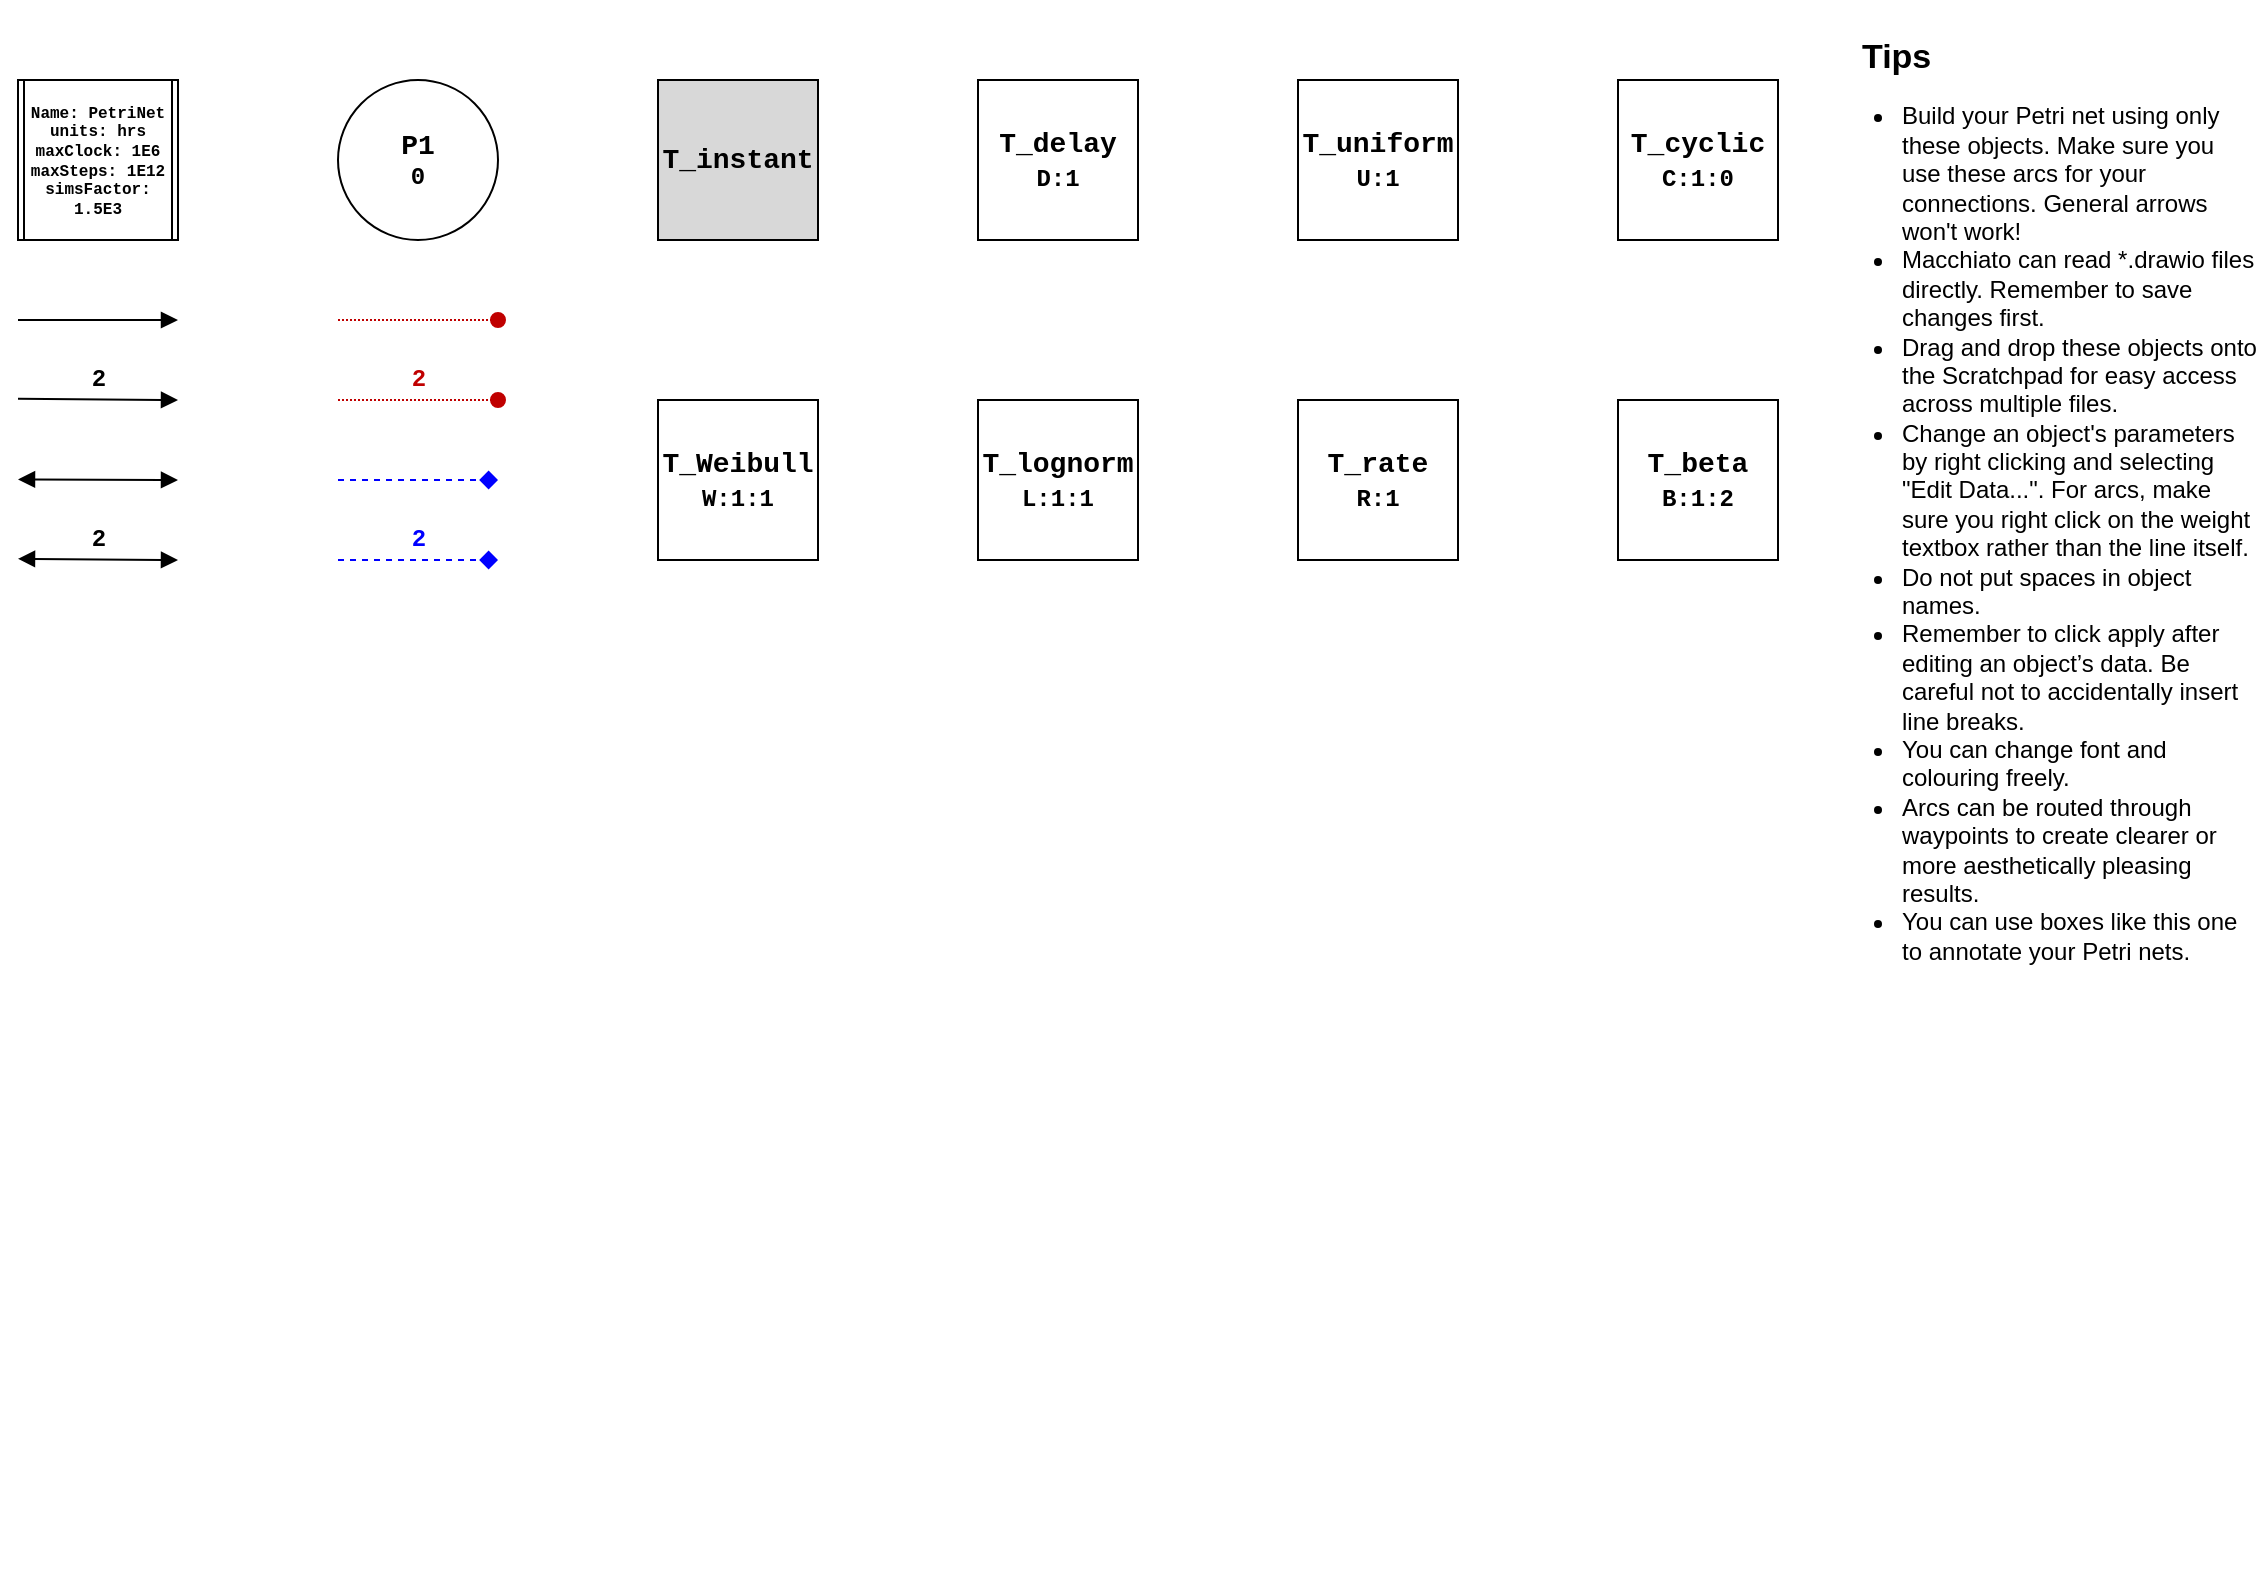
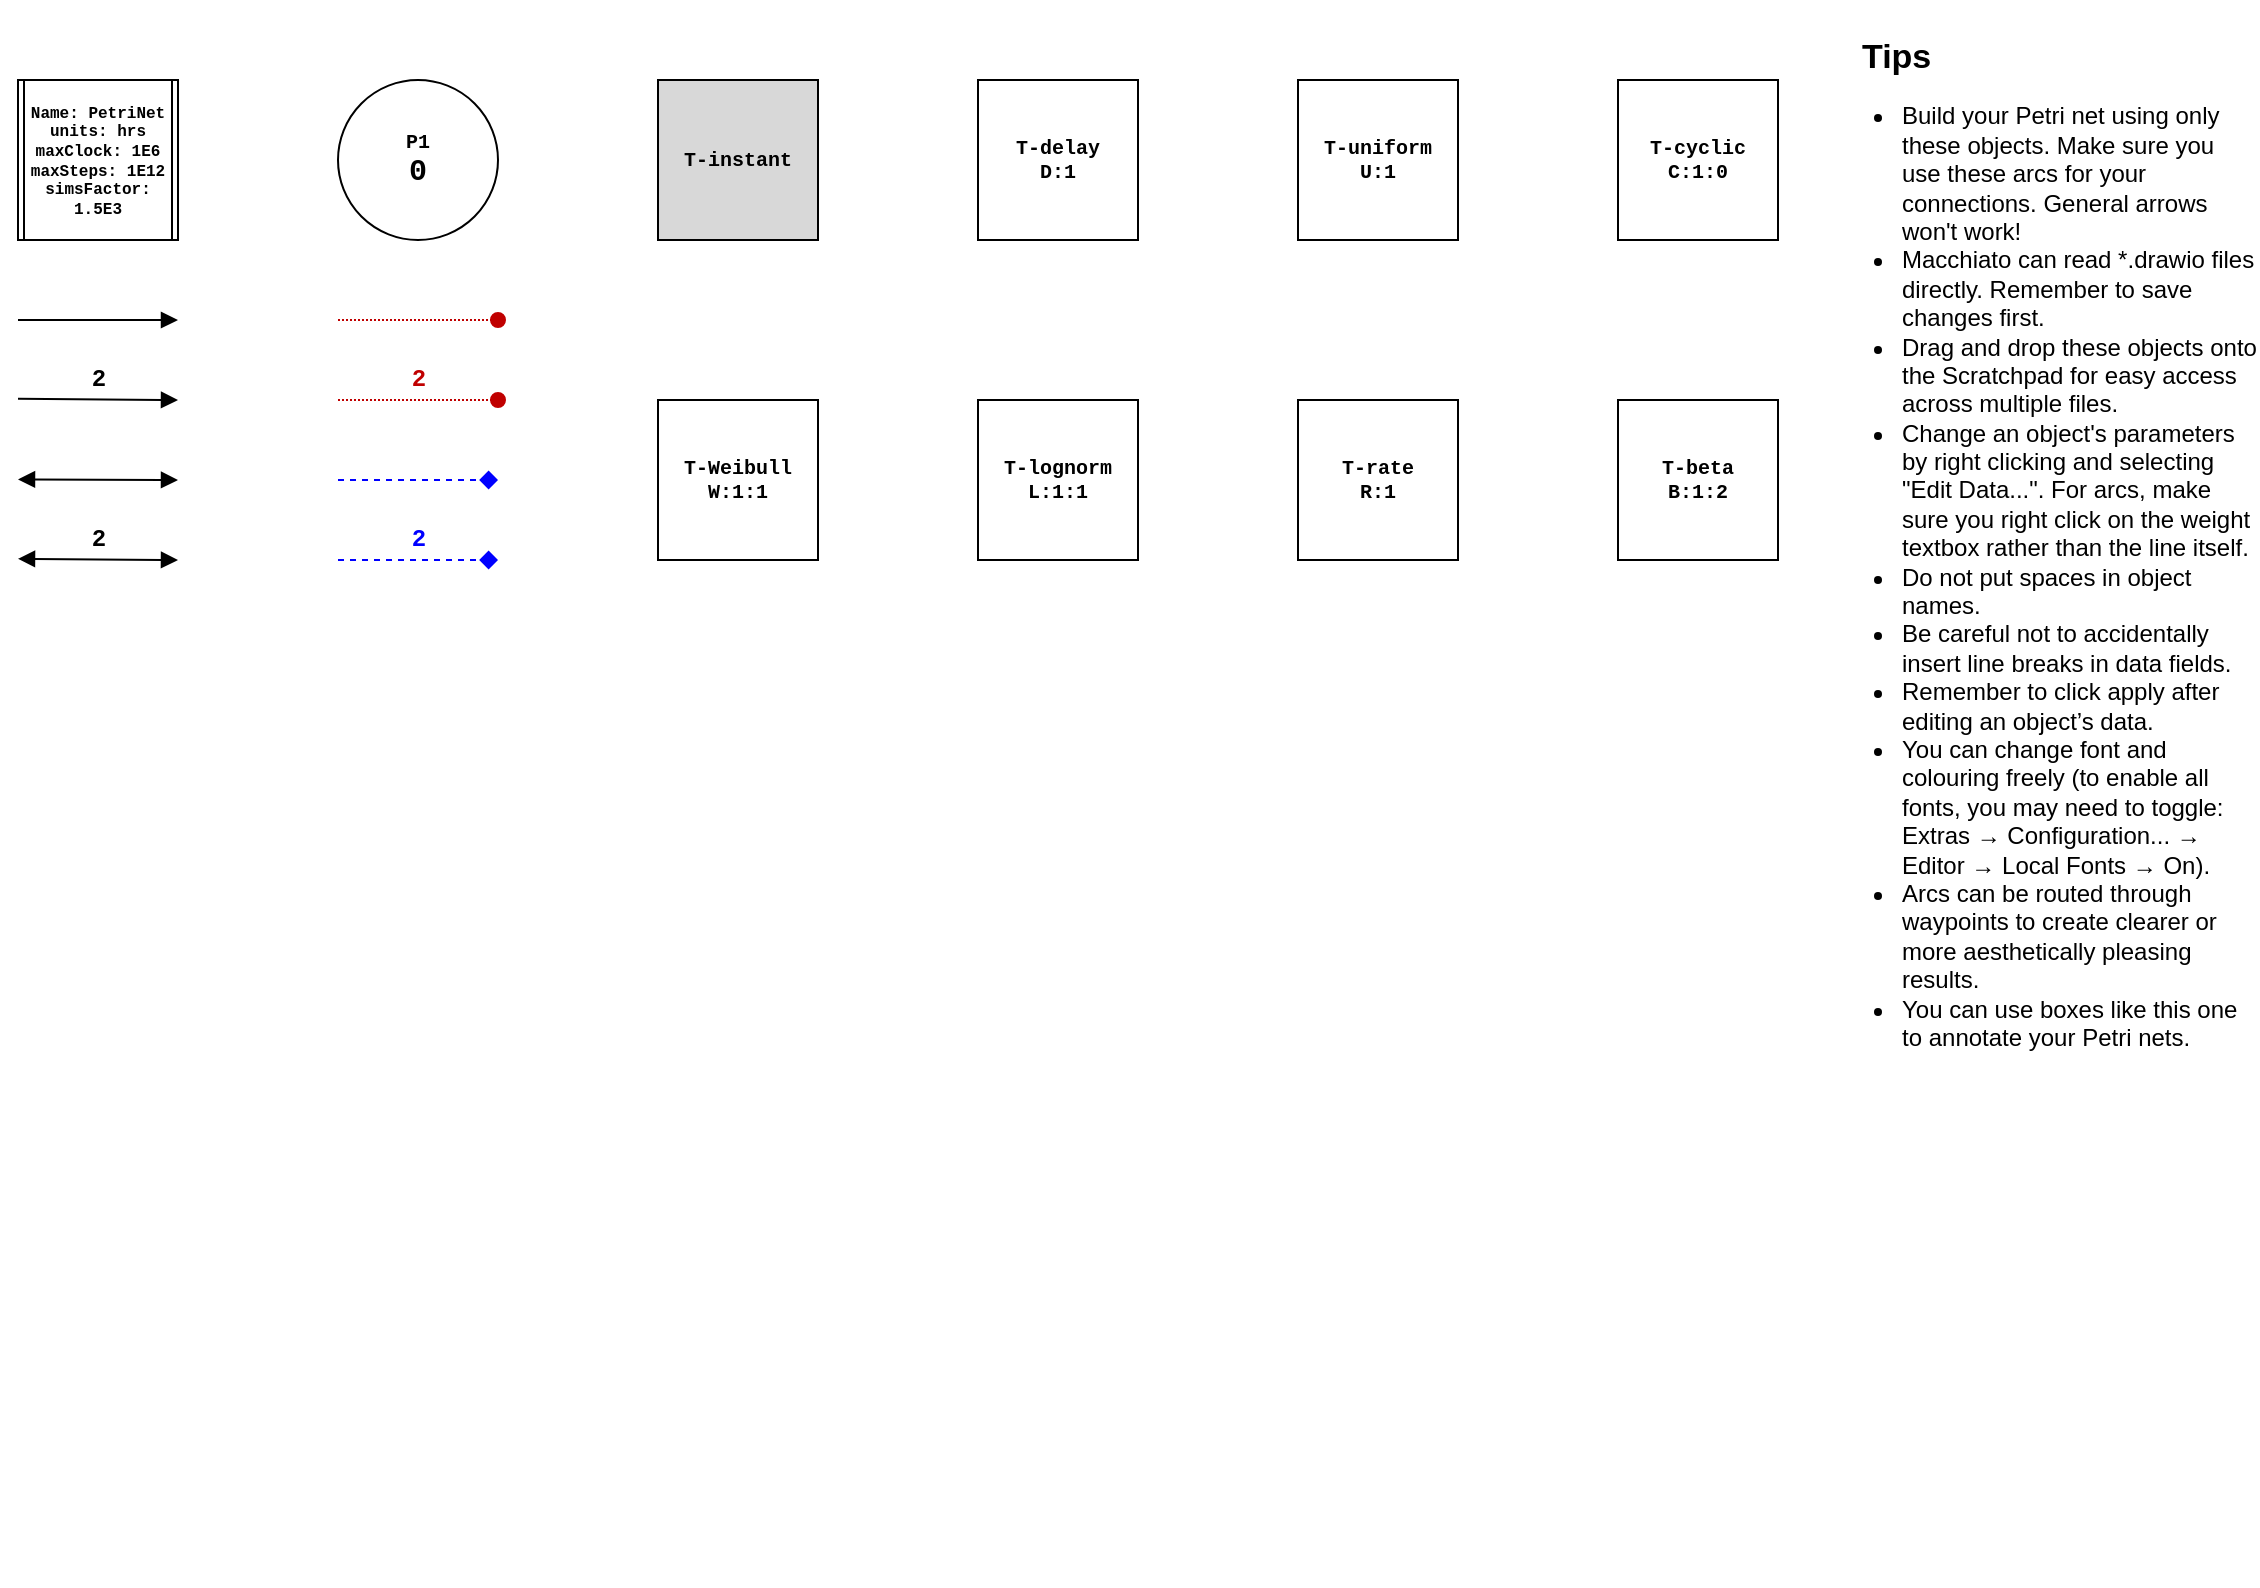
- <mxfile host="Electron" agent="Mozilla/5.0 (X11; Linux x86_64) AppleWebKit/537.36 (KHTML, like Gecko) draw.io/29.6.6 Chrome/144.0.7559.236 Electron/40.8.4 Safari/537.36" version="29.6.6">
+ <mxfile host="Electron" agent="Mozilla/5.0 (X11; Linux x86_64) AppleWebKit/537.36 (KHTML, like Gecko) draw.io/29.6.6 Chrome/144.0.7559.236 Electron/40.8.4 Safari/537.36">
  <diagram name="Page-1" id="w09R0wPlkSaECLNgurl3">
-     <mxGraphModel dx="1426" dy="854" grid="1" gridSize="10" guides="1" tooltips="1" connect="1" arrows="1" fold="1" page="1" pageScale="1" pageWidth="1169" pageHeight="827" math="0" shadow="0">
+     <mxGraphModel dx="2054" dy="1204" grid="1" gridSize="10" guides="1" tooltips="1" connect="1" arrows="1" fold="1" page="1" pageScale="1" pageWidth="1169" pageHeight="827" math="0" shadow="0">
      <root>
        <mxCell id="0" />
        <mxCell id="1" parent="0" />
-         <object label="&lt;span style=&quot;background-color: light-dark(#ffffff, var(--ge-dark-color, #121212));&quot;&gt;&lt;font style=&quot;font-size: 14px;&quot;&gt;%name%&lt;/font&gt;&lt;/span&gt;&lt;div&gt;%tokens%&lt;/div&gt;" placeholders="1" type="place" name="P1" tokens="0" min="None" max="None" limits="None" id="AhunuUh0luzD3hoNHjrG-19">
-           <mxCell parent="1" style="ellipse;whiteSpace=wrap;html=1;aspect=fixed;fontFamily=Courier New;fontStyle=1" vertex="1">
+         <object label="&lt;span style=&quot;background-color: light-dark(#ffffff, var(--ge-dark-color, #121212));&quot;&gt;&lt;font&gt;%name%&lt;/font&gt;&lt;/span&gt;&lt;div&gt;&lt;font style=&quot;font-size: 15px;&quot;&gt;%tokens%&lt;/font&gt;&lt;/div&gt;" placeholders="1" type="place" name="P1" tokens="0" min="None" max="None" limits="None" id="AhunuUh0luzD3hoNHjrG-19">
+           <mxCell parent="1" style="ellipse;whiteSpace=wrap;html=1;aspect=fixed;fontFamily=Courier New;fontStyle=1;fontSize=10;" vertex="1">
            <mxGeometry height="80" width="80" x="200" y="40" as="geometry" />
          </mxCell>
        </object>
-         <object label="%name%" placeholders="1" type="transition" name="T_instant" maxFire="" reset="" vote="" id="AhunuUh0luzD3hoNHjrG-21">
-           <mxCell parent="1" style="whiteSpace=wrap;html=1;aspect=fixed;fontFamily=Courier New;fontStyle=1;fontSize=14;fillColor=#D8D8D8;" vertex="1">
+         <object label="%name%" placeholders="1" type="transition" name="T-instant" maxFire="" reset="" vote="" id="AhunuUh0luzD3hoNHjrG-21">
+           <mxCell parent="1" style="whiteSpace=wrap;html=1;aspect=fixed;fontFamily=Courier New;fontStyle=1;fontSize=10;fillColor=#D8D8D8;" vertex="1">
            <mxGeometry height="80" width="80" x="360" y="40" as="geometry" />
          </mxCell>
        </object>
-         <object label="%name%&lt;div&gt;&lt;font style=&quot;font-size: 12px;&quot;&gt;W:%weibull%&lt;/font&gt;&lt;/div&gt;" placeholders="1" type="transition" name="T_Weibull" maxFire="" reset="" weibull="1:1" vote="" id="AhunuUh0luzD3hoNHjrG-23">
-           <mxCell parent="1" style="whiteSpace=wrap;html=1;aspect=fixed;fontFamily=Courier New;fontStyle=1;fontSize=14;" vertex="1">
+         <object label="%name%&lt;div&gt;&lt;font&gt;W:%weibull%&lt;/font&gt;&lt;/div&gt;" placeholders="1" type="transition" name="T-Weibull" maxFire="" reset="" weibull="1:1" vote="" id="AhunuUh0luzD3hoNHjrG-23">
+           <mxCell parent="1" style="whiteSpace=wrap;html=1;aspect=fixed;fontFamily=Courier New;fontStyle=1;fontSize=10;" vertex="1">
            <mxGeometry height="80" width="80" x="360" y="200" as="geometry" />
          </mxCell>
        </object>
-         <object label="%name%&lt;div&gt;&lt;font style=&quot;font-size: 12px;&quot;&gt;L:%lognorm%&lt;/font&gt;&lt;/div&gt;" placeholders="1" type="transition" name="T_lognorm" maxFire="" reset="" lognorm="1:1" vote="" id="AhunuUh0luzD3hoNHjrG-24">
-           <mxCell parent="1" style="whiteSpace=wrap;html=1;aspect=fixed;fontFamily=Courier New;fontStyle=1;fontSize=14;" vertex="1">
+         <object label="%name%&lt;div&gt;&lt;font&gt;L:%lognorm%&lt;/font&gt;&lt;/div&gt;" placeholders="1" type="transition" name="T-lognorm" maxFire="" reset="" lognorm="1:1" vote="" id="AhunuUh0luzD3hoNHjrG-24">
+           <mxCell parent="1" style="whiteSpace=wrap;html=1;aspect=fixed;fontFamily=Courier New;fontStyle=1;fontSize=10;" vertex="1">
            <mxGeometry height="80" width="80" x="520" y="200" as="geometry" />
          </mxCell>
        </object>
-         <object label="%name%&lt;div&gt;&lt;font style=&quot;font-size: 12px;&quot;&gt;U:%uniform%&lt;/font&gt;&lt;/div&gt;" placeholders="1" type="transition" name="T_uniform" maxFire="" reset="" uniform="1" vote="" id="AhunuUh0luzD3hoNHjrG-25">
-           <mxCell parent="1" style="whiteSpace=wrap;html=1;aspect=fixed;fontFamily=Courier New;fontStyle=1;fontSize=14;" vertex="1">
+         <object label="%name%&lt;div&gt;&lt;font&gt;U:%uniform%&lt;/font&gt;&lt;/div&gt;" placeholders="1" type="transition" name="T-uniform" maxFire="" reset="" uniform="1" vote="" id="AhunuUh0luzD3hoNHjrG-25">
+           <mxCell parent="1" style="whiteSpace=wrap;html=1;aspect=fixed;fontFamily=Courier New;fontStyle=1;fontSize=10;" vertex="1">
            <mxGeometry height="80" width="80" x="680" y="40" as="geometry" />
          </mxCell>
        </object>
-         <object label="%name%&lt;div&gt;&lt;font style=&quot;font-size: 12px;&quot;&gt;D:%delay%&lt;/font&gt;&lt;/div&gt;" placeholders="1" type="transition" name="T_delay" maxFire="" reset="" delay="1" vote="" id="AhunuUh0luzD3hoNHjrG-26">
-           <mxCell parent="1" style="whiteSpace=wrap;html=1;aspect=fixed;fontFamily=Courier New;fontStyle=1;fontSize=14;" vertex="1">
+         <object label="%name%&lt;div&gt;&lt;font&gt;D:%delay%&lt;/font&gt;&lt;/div&gt;" placeholders="1" type="transition" name="T-delay" maxFire="" reset="" delay="1" vote="" id="AhunuUh0luzD3hoNHjrG-26">
+           <mxCell parent="1" style="whiteSpace=wrap;html=1;aspect=fixed;fontFamily=Courier New;fontStyle=1;fontSize=10;" vertex="1">
            <mxGeometry height="80" width="80" x="520" y="40" as="geometry" />
          </mxCell>
        </object>
-         <object label="%name%&lt;div&gt;&lt;font style=&quot;font-size: 12px;&quot;&gt;R:%rate%&lt;/font&gt;&lt;/div&gt;" placeholders="1" type="transition" name="T_rate" maxFire="" reset="" rate="1" vote="" id="AhunuUh0luzD3hoNHjrG-27">
-           <mxCell parent="1" style="whiteSpace=wrap;html=1;aspect=fixed;fontFamily=Courier New;fontStyle=1;fontSize=14;" vertex="1">
+         <object label="%name%&lt;div&gt;&lt;font&gt;R:%rate%&lt;/font&gt;&lt;/div&gt;" placeholders="1" type="transition" name="T-rate" maxFire="" reset="" rate="1" vote="" id="AhunuUh0luzD3hoNHjrG-27">
+           <mxCell parent="1" style="whiteSpace=wrap;html=1;aspect=fixed;fontFamily=Courier New;fontStyle=1;fontSize=10;" vertex="1">
            <mxGeometry height="80" width="80" x="680" y="200" as="geometry" />
          </mxCell>
        </object>
-         <object label="%name%&lt;div&gt;&lt;font style=&quot;font-size: 12px;&quot;&gt;B:%beta%&lt;/font&gt;&lt;/div&gt;" placeholders="1" type="transition" name="T_beta" maxFire="" reset="" beta="1:2" vote="" id="AhunuUh0luzD3hoNHjrG-28">
-           <mxCell parent="1" style="whiteSpace=wrap;html=1;aspect=fixed;fontFamily=Courier New;fontStyle=1;fontSize=14;" vertex="1">
+         <object label="%name%&lt;div&gt;&lt;font&gt;B:%beta%&lt;/font&gt;&lt;/div&gt;" placeholders="1" type="transition" name="T-beta" maxFire="" reset="" beta="1:2" vote="" id="AhunuUh0luzD3hoNHjrG-28">
+           <mxCell parent="1" style="whiteSpace=wrap;html=1;aspect=fixed;fontFamily=Courier New;fontStyle=1;fontSize=10;" vertex="1">
            <mxGeometry height="80" width="80" x="840" y="200" as="geometry" />
          </mxCell>
        </object>
-         <object label="%name%&lt;div&gt;&lt;font style=&quot;font-size: 12px;&quot;&gt;C:%cyclic%&lt;/font&gt;&lt;/div&gt;" placeholders="1" type="transition" name="T_cyclic" maxFire="" reset="" cyclic="1:0" vote="" id="AhunuUh0luzD3hoNHjrG-29">
-           <mxCell parent="1" style="whiteSpace=wrap;html=1;aspect=fixed;fontFamily=Courier New;fontStyle=1;fontSize=14;" vertex="1">
+         <object label="%name%&lt;div&gt;&lt;font&gt;C:%cyclic%&lt;/font&gt;&lt;/div&gt;" placeholders="1" type="transition" name="T-cyclic" maxFire="" reset="" cyclic="1:0" vote="" id="AhunuUh0luzD3hoNHjrG-29">
+           <mxCell parent="1" style="whiteSpace=wrap;html=1;aspect=fixed;fontFamily=Courier New;fontStyle=1;fontSize=10;" vertex="1">
            <mxGeometry height="80" width="80" x="840" y="40" as="geometry" />
          </mxCell>
        </object>
        <object label="" placeholders="1" type="std" id="AhunuUh0luzD3hoNHjrG-30">
-           <mxCell edge="1" parent="1" style="endArrow=block;html=1;rounded=0;fontFamily=Courier New;fontStyle=1;fontSize=12;endFill=1;">
+           <mxCell edge="1" parent="1" style="endArrow=block;html=1;rounded=0;fontFamily=Courier New;fontStyle=1;fontSize=12;endFill=1;jumpStyle=arc;jumpSize=10;">
            <mxGeometry relative="1" as="geometry">
              <mxPoint x="40" y="199.43" as="sourcePoint" />
              <mxPoint x="120" y="200" as="targetPoint" />
            </mxGeometry>
          </mxCell>
        </object>
        <object label="%weight%" placeholders="1" weight="2" id="AhunuUh0luzD3hoNHjrG-31">
          <mxCell connectable="0" parent="AhunuUh0luzD3hoNHjrG-30" style="edgeLabel;resizable=0;html=1;;align=center;verticalAlign=middle;labelBackgroundColor=none;fontFamily=Courier New;fontStyle=1;fontSize=12;" vertex="1">
            <mxGeometry relative="1" as="geometry">
              <mxPoint y="-10" as="offset" />
            </mxGeometry>
          </mxCell>
        </object>
        <object label="" placeholders="1" type="tst" id="AhunuUh0luzD3hoNHjrG-36">
-           <mxCell edge="1" parent="1" style="endArrow=block;html=1;rounded=0;fontFamily=Courier New;fontStyle=1;fontSize=12;endFill=1;startArrow=block;startFill=1;">
+           <mxCell edge="1" parent="1" style="endArrow=block;html=1;rounded=0;fontFamily=Courier New;fontStyle=1;fontSize=12;endFill=1;startArrow=block;startFill=1;jumpStyle=arc;jumpSize=10;">
            <mxGeometry relative="1" as="geometry">
              <mxPoint x="40" y="239.71" as="sourcePoint" />
              <mxPoint x="120" y="240" as="targetPoint" />
            </mxGeometry>
          </mxCell>
        </object>
        <object label="%weight%" placeholders="1" weight="" id="AhunuUh0luzD3hoNHjrG-37">
          <mxCell connectable="0" parent="AhunuUh0luzD3hoNHjrG-36" style="edgeLabel;resizable=0;html=1;;align=center;verticalAlign=middle;labelBackgroundColor=none;fontFamily=Courier New;fontStyle=1;fontSize=12;" vertex="1">
            <mxGeometry relative="1" as="geometry">
              <mxPoint y="-10" as="offset" />
            </mxGeometry>
          </mxCell>
        </object>
        <object label="" placeholders="1" type="std" id="AhunuUh0luzD3hoNHjrG-38">
-           <mxCell edge="1" parent="1" style="endArrow=block;html=1;rounded=0;fontFamily=Courier New;fontStyle=1;fontSize=12;endFill=1;">
+           <mxCell edge="1" parent="1" style="endArrow=block;html=1;rounded=0;fontFamily=Courier New;fontStyle=1;fontSize=12;endFill=1;jumpStyle=arc;jumpSize=10;">
            <mxGeometry relative="1" as="geometry">
              <mxPoint x="40" y="160" as="sourcePoint" />
              <mxPoint x="120" y="160" as="targetPoint" />
            </mxGeometry>
          </mxCell>
        </object>
        <object label="%weight%" placeholders="1" weight="" id="AhunuUh0luzD3hoNHjrG-39">
          <mxCell connectable="0" parent="AhunuUh0luzD3hoNHjrG-38" style="edgeLabel;resizable=0;html=1;;align=center;verticalAlign=middle;labelBackgroundColor=none;fontFamily=Courier New;fontStyle=1;fontSize=12;" vertex="1">
            <mxGeometry relative="1" as="geometry">
              <mxPoint y="-10" as="offset" />
            </mxGeometry>
          </mxCell>
        </object>
        <object label="" placeholders="1" type="tst" id="AhunuUh0luzD3hoNHjrG-40">
-           <mxCell edge="1" parent="1" style="endArrow=block;html=1;rounded=0;fontFamily=Courier New;fontStyle=1;fontSize=12;endFill=1;startArrow=block;startFill=1;">
+           <mxCell edge="1" parent="1" style="endArrow=block;html=1;rounded=0;fontFamily=Courier New;fontStyle=1;fontSize=12;endFill=1;startArrow=block;startFill=1;jumpStyle=arc;jumpSize=10;">
            <mxGeometry relative="1" as="geometry">
              <mxPoint x="40" y="279.43" as="sourcePoint" />
              <mxPoint x="120" y="280" as="targetPoint" />
            </mxGeometry>
          </mxCell>
        </object>
        <object label="%weight%" placeholders="1" weight="2" id="AhunuUh0luzD3hoNHjrG-41">
          <mxCell connectable="0" parent="AhunuUh0luzD3hoNHjrG-40" style="edgeLabel;resizable=0;html=1;;align=center;verticalAlign=middle;labelBackgroundColor=none;fontFamily=Courier New;fontStyle=1;fontSize=12;" vertex="1">
            <mxGeometry relative="1" as="geometry">
              <mxPoint y="-10" as="offset" />
            </mxGeometry>
          </mxCell>
        </object>
        <object label="" placeholders="1" type="inh" id="AhunuUh0luzD3hoNHjrG-44">
-           <mxCell edge="1" parent="1" style="endArrow=oval;html=1;rounded=0;fontFamily=Courier New;fontStyle=1;fontSize=12;endFill=1;strokeColor=#C00000;fontColor=#C00000;endSize=7;dashed=1;dashPattern=1 1;">
+           <mxCell edge="1" parent="1" style="endArrow=oval;html=1;rounded=0;fontFamily=Courier New;fontStyle=1;fontSize=12;endFill=1;strokeColor=#C00000;fontColor=#C00000;endSize=7;dashed=1;dashPattern=1 1;jumpStyle=arc;jumpSize=10;">
            <mxGeometry relative="1" as="geometry">
              <mxPoint x="200" y="200" as="sourcePoint" />
              <mxPoint x="280" y="200" as="targetPoint" />
            </mxGeometry>
          </mxCell>
        </object>
        <object label="%weight%" placeholders="1" weight="2" id="AhunuUh0luzD3hoNHjrG-45">
          <mxCell connectable="0" parent="AhunuUh0luzD3hoNHjrG-44" style="edgeLabel;resizable=0;html=1;;align=center;verticalAlign=middle;labelBackgroundColor=none;fontFamily=Courier New;fontStyle=1;fontSize=12;fontColor=#C00000;" vertex="1">
            <mxGeometry relative="1" as="geometry">
              <mxPoint y="-10" as="offset" />
            </mxGeometry>
          </mxCell>
        </object>
        <object label="" placeholders="1" type="inh" id="AhunuUh0luzD3hoNHjrG-46">
-           <mxCell edge="1" parent="1" style="endArrow=oval;html=1;rounded=0;fontFamily=Courier New;fontStyle=1;fontSize=12;endFill=1;strokeColor=#C00000;fontColor=#C00000;endSize=7;dashed=1;dashPattern=1 1;">
+           <mxCell edge="1" parent="1" style="endArrow=oval;html=1;rounded=0;fontFamily=Courier New;fontStyle=1;fontSize=12;endFill=1;strokeColor=#C00000;fontColor=#C00000;endSize=7;dashed=1;dashPattern=1 1;jumpStyle=arc;jumpSize=10;">
            <mxGeometry relative="1" as="geometry">
              <mxPoint x="200" y="160" as="sourcePoint" />
              <mxPoint x="280" y="160" as="targetPoint" />
            </mxGeometry>
          </mxCell>
        </object>
        <object label="%weight%" placeholders="1" weight="" id="AhunuUh0luzD3hoNHjrG-47">
          <mxCell connectable="0" parent="AhunuUh0luzD3hoNHjrG-46" style="edgeLabel;resizable=0;html=1;;align=center;verticalAlign=middle;labelBackgroundColor=none;fontFamily=Courier New;fontStyle=1;fontSize=12;fontColor=#C00000;" vertex="1">
            <mxGeometry relative="1" as="geometry">
              <mxPoint y="-10" as="offset" />
            </mxGeometry>
          </mxCell>
        </object>
        <object label="" placeholders="1" type="pcn" id="AhunuUh0luzD3hoNHjrG-48">
-           <mxCell edge="1" parent="1" style="endArrow=diamond;html=1;rounded=0;fontFamily=Courier New;fontStyle=1;fontSize=12;endFill=1;strokeColor=#0000FF;fontColor=#C00000;endSize=7;dashed=1;">
+           <mxCell edge="1" parent="1" style="endArrow=diamond;html=1;rounded=0;fontFamily=Courier New;fontStyle=1;fontSize=12;endFill=1;strokeColor=#0000FF;fontColor=#C00000;endSize=7;dashed=1;jumpStyle=arc;jumpSize=10;">
            <mxGeometry relative="1" as="geometry">
              <mxPoint x="200" y="280" as="sourcePoint" />
              <mxPoint x="280" y="280" as="targetPoint" />
            </mxGeometry>
          </mxCell>
        </object>
        <object label="%weight%" placeholders="1" weight="2" id="AhunuUh0luzD3hoNHjrG-49">
          <mxCell connectable="0" parent="AhunuUh0luzD3hoNHjrG-48" style="edgeLabel;resizable=0;html=1;;align=center;verticalAlign=middle;labelBackgroundColor=none;fontFamily=Courier New;fontStyle=1;fontSize=12;fontColor=#0000FF;" vertex="1">
            <mxGeometry relative="1" as="geometry">
              <mxPoint y="-10" as="offset" />
            </mxGeometry>
          </mxCell>
        </object>
        <object label="" placeholders="1" type="pcn" id="AhunuUh0luzD3hoNHjrG-52">
-           <mxCell edge="1" parent="1" style="endArrow=diamond;html=1;rounded=0;fontFamily=Courier New;fontStyle=1;fontSize=12;endFill=1;strokeColor=#0000FF;fontColor=#C00000;endSize=7;dashed=1;targetPerimeterSpacing=0;strokeWidth=1;">
+           <mxCell edge="1" parent="1" style="endArrow=diamond;html=1;rounded=0;fontFamily=Courier New;fontStyle=1;fontSize=12;endFill=1;strokeColor=#0000FF;fontColor=#C00000;endSize=7;dashed=1;targetPerimeterSpacing=0;strokeWidth=1;jumpStyle=arc;jumpSize=10;">
            <mxGeometry relative="1" as="geometry">
              <mxPoint x="200" y="240" as="sourcePoint" />
              <mxPoint x="280" y="240" as="targetPoint" />
            </mxGeometry>
          </mxCell>
        </object>
        <object label="%weight%" placeholders="1" weight="" id="AhunuUh0luzD3hoNHjrG-53">
          <mxCell connectable="0" parent="AhunuUh0luzD3hoNHjrG-52" style="edgeLabel;resizable=0;html=1;;align=center;verticalAlign=middle;labelBackgroundColor=none;fontFamily=Courier New;fontStyle=1;fontSize=12;fontColor=#0000FF;" vertex="1">
            <mxGeometry relative="1" as="geometry">
              <mxPoint y="-10" as="offset" />
            </mxGeometry>
          </mxCell>
        </object>
        <object label="&lt;font&gt;&lt;b style=&quot;&quot;&gt;Name: %name%&lt;/b&gt;&lt;/font&gt;&lt;div&gt;&lt;b style=&quot;background-color: transparent; color: light-dark(rgb(0, 0, 0), rgb(255, 255, 255));&quot;&gt;units: %units%&lt;/b&gt;&lt;/div&gt;&lt;div&gt;&lt;b style=&quot;background-color: transparent; color: light-dark(rgb(0, 0, 0), rgb(255, 255, 255));&quot;&gt;maxClock: %maxClock%&lt;/b&gt;&lt;/div&gt;&lt;div&gt;&lt;b style=&quot;color: light-dark(rgb(0, 0, 0), rgb(255, 255, 255)); background-color: transparent;&quot;&gt;maxSteps: %maxSteps%&lt;/b&gt;&lt;/div&gt;&lt;div&gt;&lt;b style=&quot;color: light-dark(rgb(0, 0, 0), rgb(255, 255, 255)); background-color: transparent;&quot;&gt;simsFactor: %simsFactor%&lt;/b&gt;&lt;/div&gt;" type="properties" name="PetriNet" units="hrs" maxClock="1E6" maxSteps="1E12" simsFactor="1.5E3" placeholders="1" id="AhunuUh0luzD3hoNHjrG-54">
          <mxCell parent="1" style="shape=process;html=1;backgroundOutline=1;fontFamily=Courier New;autosizeText=1;fontSize=8;whiteSpace=wrap;size=0.03810492621527759;" vertex="1">
            <mxGeometry height="80" width="80" x="40" y="40" as="geometry" />
          </mxCell>
        </object>
-         <mxCell id="AhunuUh0luzD3hoNHjrG-55" parent="1" style="text;html=1;whiteSpace=wrap;overflow=hidden;rounded=0;" value="&lt;p style=&quot;text-align: justify;&quot;&gt;&lt;/p&gt;&lt;div&gt;&lt;b&gt;&lt;font style=&quot;font-size: 17px;&quot;&gt;Tips&lt;/font&gt;&lt;/b&gt;&lt;/div&gt;&lt;ul style=&quot;padding-left: 20px; padding-bottom: 0px;&quot;&gt;&lt;li&gt;Build your Petri net using only these objects. Make sure you use these arcs for your connections. General arrows won&#39;t work!&lt;/li&gt;&lt;li&gt;Macchiato can read *.drawio files directly. Remember to save changes first.&lt;/li&gt;&lt;li&gt;Drag and drop these objects onto the Scratchpad for easy access across multiple files.&lt;/li&gt;&lt;li&gt;Change an object&#39;s parameters by right clicking and selecting &quot;Edit Data...&quot;. For arcs, make sure you right click on the weight textbox rather than the line itself.&lt;/li&gt;&lt;li&gt;Do not put spaces in object names.&lt;/li&gt;&lt;li&gt;Remember to click apply after editing an object’s data. Be careful not to accidentally insert line breaks.&lt;/li&gt;&lt;li&gt;You can change font and colouring freely.&lt;/li&gt;&lt;li&gt;Arcs can be routed through waypoints to create clearer or more aesthetically pleasing results.&lt;/li&gt;&lt;li&gt;You can use boxes like this one to annotate your Petri nets.&lt;/li&gt;&lt;/ul&gt;" vertex="1">
+         <mxCell id="AhunuUh0luzD3hoNHjrG-55" parent="1" style="text;html=1;whiteSpace=wrap;overflow=hidden;rounded=0;" value="&lt;p style=&quot;text-align: justify;&quot;&gt;&lt;/p&gt;&lt;div&gt;&lt;b&gt;&lt;font style=&quot;font-size: 17px;&quot;&gt;Tips&lt;/font&gt;&lt;/b&gt;&lt;/div&gt;&lt;ul style=&quot;padding-left: 20px; padding-bottom: 0px;&quot;&gt;&lt;li&gt;Build your Petri net using only these objects. Make sure you use these arcs for your connections. General arrows won&#39;t work!&lt;/li&gt;&lt;li&gt;Macchiato can read *.drawio files directly. Remember to save changes first.&lt;/li&gt;&lt;li&gt;Drag and drop these objects onto the Scratchpad for easy access across multiple files.&lt;/li&gt;&lt;li&gt;Change an object&#39;s parameters by right clicking and selecting &quot;Edit Data...&quot;. For arcs, make sure you right click on the weight textbox rather than the line itself.&lt;/li&gt;&lt;li&gt;Do not put spaces in object names.&lt;/li&gt;&lt;li&gt;Be careful not to accidentally insert line breaks in data fields.&lt;/li&gt;&lt;li&gt;Remember to click apply after editing an object’s data.&lt;/li&gt;&lt;li&gt;You can change font and colouring freely (to enable all fonts, you may need to toggle: Extras → Configuration... → Editor → Local Fonts → On).&lt;/li&gt;&lt;li&gt;Arcs can be routed through waypoints to create clearer or more aesthetically pleasing results.&lt;/li&gt;&lt;li&gt;You can use boxes like this one to annotate your Petri nets.&lt;/li&gt;&lt;/ul&gt;" vertex="1">
          <mxGeometry height="790" width="200" x="960" as="geometry" />
        </mxCell>
      </root>
    </mxGraphModel>
  </diagram>
</mxfile>
